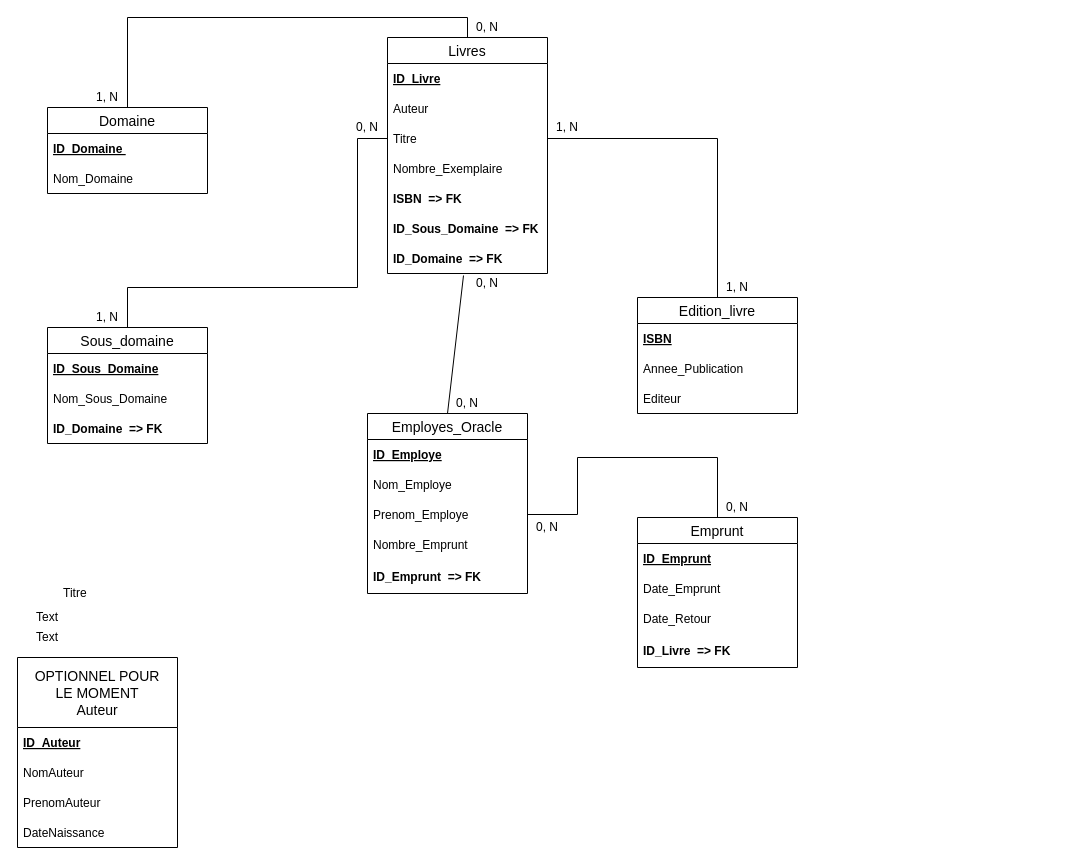
Above: MCD.drawio in Jerome-Kraft/Projet_BDD (draw.io), before the change. Source tidied: cells renumbered, new cells numbered last; positions are measured from the earlier drawing's top-left corner, leaving out a move shared by most shapes. Both pictures are drawn from the tidied source at 100%, with x=0, y=0 at pixel (17, 17).
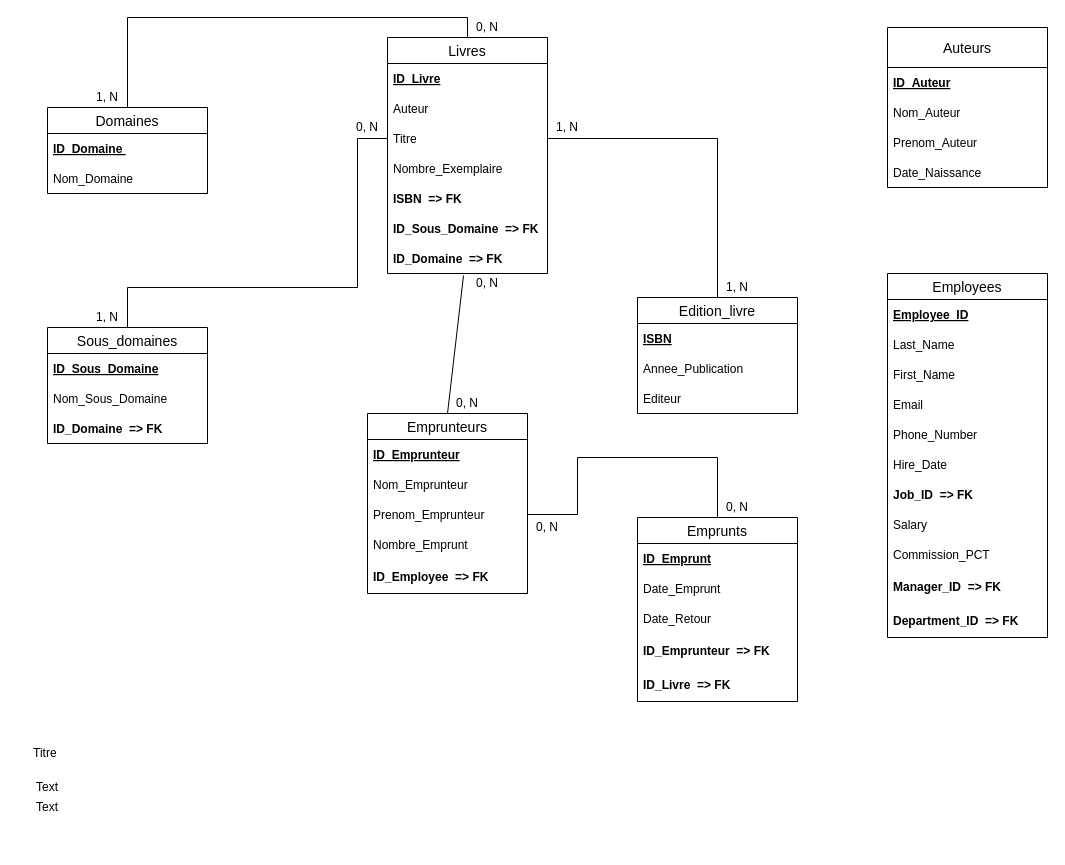
After the change.

The edit, as a diff of the source:
```diff
@@
-    <mxCell id="10" value="Domaine" style="swimlane;fontStyle=0;horizontal=1;startSize=26;align=center;fontSize=14;" parent="1" vertex="1">
+    <mxCell id="10" value="Domaines" style="swimlane;fontStyle=0;horizontal=1;startSize=26;align=center;fontSize=14;" parent="1" vertex="1">
       <mxGeometry x="30" y="90" width="160" height="86" as="geometry" />
     </mxCell>
@@
-    <mxCell id="17" value="Sous_domaine" style="swimlane;fontStyle=0;horizontal=1;startSize=26;align=center;fontSize=14;" parent="1" vertex="1">
+    <mxCell id="17" value="Sous_domaines" style="swimlane;fontStyle=0;horizontal=1;startSize=26;align=center;fontSize=14;" parent="1" vertex="1">
       <mxGeometry x="30" y="310" width="160" height="116" as="geometry" />
     </mxCell>
@@
     <mxCell id="21" value="Titre" style="text;strokeColor=none;fillColor=none;spacingLeft=4;spacingRight=4;overflow=hidden;fontSize=12;verticalAlign=middle;" parent="1" vertex="1">
-      <mxGeometry x="40" y="560" width="160" height="30" as="geometry" />
+      <mxGeometry x="10" y="720" width="160" height="30" as="geometry" />
     </mxCell>
-    <mxCell id="22" value="OPTIONNEL POUR &#10;LE MOMENT&#10;Auteur" style="swimlane;fontStyle=0;horizontal=1;startSize=70;align=center;fontSize=14;" parent="1" vertex="1">
-      <mxGeometry y="640" width="160" height="190" as="geometry" />
+    <mxCell id="22" value="Auteurs" style="swimlane;fontStyle=0;horizontal=1;startSize=40;align=center;fontSize=14;" parent="1" vertex="1">
+      <mxGeometry x="870" y="10" width="160" height="160" as="geometry" />
     </mxCell>
     <mxCell id="23" value="ID_Auteur" style="text;strokeColor=none;fillColor=none;spacingLeft=4;spacingRight=4;overflow=hidden;fontSize=12;verticalAlign=middle;fontStyle=5;" parent="22" vertex="1">
-      <mxGeometry y="70" width="160" height="30" as="geometry" />
+      <mxGeometry y="40" width="160" height="30" as="geometry" />
     </mxCell>
-    <mxCell id="24" value="NomAuteur" style="text;strokeColor=none;fillColor=none;spacingLeft=4;spacingRight=4;overflow=hidden;fontSize=12;verticalAlign=middle;" parent="22" vertex="1">
-      <mxGeometry y="100" width="160" height="30" as="geometry" />
+    <mxCell id="24" value="Nom_Auteur" style="text;strokeColor=none;fillColor=none;spacingLeft=4;spacingRight=4;overflow=hidden;fontSize=12;verticalAlign=middle;" parent="22" vertex="1">
+      <mxGeometry y="70" width="160" height="30" as="geometry" />
     </mxCell>
-    <mxCell id="25" value="PrenomAuteur" style="text;strokeColor=none;fillColor=none;spacingLeft=4;spacingRight=4;overflow=hidden;fontSize=12;verticalAlign=middle;" parent="22" vertex="1">
-      <mxGeometry y="130" width="160" height="30" as="geometry" />
+    <mxCell id="25" value="Prenom_Auteur" style="text;strokeColor=none;fillColor=none;spacingLeft=4;spacingRight=4;overflow=hidden;fontSize=12;verticalAlign=middle;" parent="22" vertex="1">
+      <mxGeometry y="100" width="160" height="30" as="geometry" />
     </mxCell>
-    <mxCell id="26" value="DateNaissance" style="text;strokeColor=none;fillColor=none;spacingLeft=4;spacingRight=4;overflow=hidden;fontSize=12;verticalAlign=middle;" parent="22" vertex="1">
-      <mxGeometry y="160" width="160" height="30" as="geometry" />
+    <mxCell id="26" value="Date_Naissance" style="text;strokeColor=none;fillColor=none;spacingLeft=4;spacingRight=4;overflow=hidden;fontSize=12;verticalAlign=middle;" parent="22" vertex="1">
+      <mxGeometry y="130" width="160" height="30" as="geometry" />
     </mxCell>
@@
     <mxCell id="30" value="Text" style="text;html=1;strokeColor=none;fillColor=none;align=center;verticalAlign=middle;whiteSpace=wrap;rounded=0;" parent="1" vertex="1">
-      <mxGeometry x="10" y="610" width="40" height="20" as="geometry" />
+      <mxGeometry x="10" y="760" width="40" height="20" as="geometry" />
     </mxCell>
     <mxCell id="31" value="Text" style="text;html=1;strokeColor=none;fillColor=none;align=center;verticalAlign=middle;whiteSpace=wrap;rounded=0;" parent="1" vertex="1">
-      <mxGeometry x="10" y="590" width="40" height="20" as="geometry" />
+      <mxGeometry x="10" y="780" width="40" height="20" as="geometry" />
     </mxCell>
@@
-    <mxCell id="38" value="Employes_Oracle" style="swimlane;fontStyle=0;horizontal=1;startSize=26;align=center;fontSize=14;" parent="1" vertex="1">
+    <mxCell id="38" value="Emprunteurs" style="swimlane;fontStyle=0;horizontal=1;startSize=26;align=center;fontSize=14;" parent="1" vertex="1">
       <mxGeometry x="350" y="396" width="160" height="180" as="geometry" />
     </mxCell>
-    <mxCell id="39" value="ID_Employe" style="text;strokeColor=none;fillColor=none;spacingLeft=4;spacingRight=4;overflow=hidden;fontSize=12;verticalAlign=middle;fontStyle=5;" parent="38" vertex="1">
+    <mxCell id="39" value="ID_Emprunteur" style="text;strokeColor=none;fillColor=none;spacingLeft=4;spacingRight=4;overflow=hidden;fontSize=12;verticalAlign=middle;fontStyle=5;" parent="38" vertex="1">
       <mxGeometry y="26" width="160" height="30" as="geometry" />
     </mxCell>
-    <mxCell id="40" value="Nom_Employe" style="text;strokeColor=none;fillColor=none;spacingLeft=4;spacingRight=4;overflow=hidden;fontSize=12;verticalAlign=middle;" parent="38" vertex="1">
+    <mxCell id="40" value="Nom_Emprunteur" style="text;strokeColor=none;fillColor=none;spacingLeft=4;spacingRight=4;overflow=hidden;fontSize=12;verticalAlign=middle;" parent="38" vertex="1">
       <mxGeometry y="56" width="160" height="30" as="geometry" />
     </mxCell>
-    <mxCell id="41" value="Prenom_Employe" style="text;strokeColor=none;fillColor=none;spacingLeft=4;spacingRight=4;overflow=hidden;points=[[0,0.5],[1,0.5]];portConstraint=eastwest;fontSize=12;verticalAlign=middle;" parent="38" vertex="1">
+    <mxCell id="41" value="Prenom_Emprunteur" style="text;strokeColor=none;fillColor=none;spacingLeft=4;spacingRight=4;overflow=hidden;points=[[0,0.5],[1,0.5]];portConstraint=eastwest;fontSize=12;verticalAlign=middle;" parent="38" vertex="1">
       <mxGeometry y="86" width="160" height="30" as="geometry" />
     </mxCell>
@@
-    <mxCell id="43" value="ID_Emprunt  =&gt; FK" style="text;strokeColor=none;fillColor=none;spacingLeft=4;spacingRight=4;overflow=hidden;fontSize=12;verticalAlign=middle;fontStyle=1;" parent="38" vertex="1">
+    <mxCell id="43" value="ID_Employee  =&gt; FK" style="text;strokeColor=none;fillColor=none;spacingLeft=4;spacingRight=4;overflow=hidden;fontSize=12;verticalAlign=middle;fontStyle=1;" parent="38" vertex="1">
       <mxGeometry y="146" width="160" height="34" as="geometry" />
     </mxCell>
-    <mxCell id="44" value="Emprunt" style="swimlane;fontStyle=0;horizontal=1;startSize=26;align=center;fontSize=14;" parent="1" vertex="1">
-      <mxGeometry x="620" y="500" width="160" height="150" as="geometry" />
+    <mxCell id="44" value="Emprunts" style="swimlane;fontStyle=0;horizontal=1;startSize=26;align=center;fontSize=14;" parent="1" vertex="1">
+      <mxGeometry x="620" y="500" width="160" height="184" as="geometry" />
     </mxCell>
@@
+    <mxCell id="55" value="ID_Emprunteur  =&gt; FK" style="text;strokeColor=none;fillColor=none;spacingLeft=4;spacingRight=4;overflow=hidden;fontSize=12;verticalAlign=middle;fontStyle=1;" parent="44" vertex="1">
+      <mxGeometry y="116" width="160" height="34" as="geometry" />
+    </mxCell>
     <mxCell id="48" value="ID_Livre  =&gt; FK" style="text;strokeColor=none;fillColor=none;spacingLeft=4;spacingRight=4;overflow=hidden;fontSize=12;verticalAlign=middle;fontStyle=1;" parent="44" vertex="1">
-      <mxGeometry y="116" width="160" height="34" as="geometry" />
+      <mxGeometry y="150" width="160" height="34" as="geometry" />
     </mxCell>
@@
+    <mxCell id="56" value="Employees" style="swimlane;fontStyle=0;horizontal=1;startSize=26;align=center;fontSize=14;" parent="1" vertex="1">
+      <mxGeometry x="870" y="256" width="160" height="364" as="geometry" />
+    </mxCell>
+    <mxCell id="57" value="Employee_ID" style="text;strokeColor=none;fillColor=none;spacingLeft=4;spacingRight=4;overflow=hidden;fontSize=12;verticalAlign=middle;fontStyle=5;" parent="56" vertex="1">
+      <mxGeometry y="26" width="160" height="30" as="geometry" />
+    </mxCell>
+    <mxCell id="58" value="Last_Name" style="text;strokeColor=none;fillColor=none;spacingLeft=4;spacingRight=4;overflow=hidden;fontSize=12;verticalAlign=middle;" parent="56" vertex="1">
+      <mxGeometry y="56" width="160" height="30" as="geometry" />
+    </mxCell>
+    <mxCell id="59" value="First_Name" style="text;strokeColor=none;fillColor=none;spacingLeft=4;spacingRight=4;overflow=hidden;fontSize=12;verticalAlign=middle;" parent="56" vertex="1">
+      <mxGeometry y="86" width="160" height="30" as="geometry" />
+    </mxCell>
+    <mxCell id="60" value="Email" style="text;strokeColor=none;fillColor=none;spacingLeft=4;spacingRight=4;overflow=hidden;fontSize=12;verticalAlign=middle;" parent="56" vertex="1">
+      <mxGeometry y="116" width="160" height="30" as="geometry" />
+    </mxCell>
+    <mxCell id="61" value="Phone_Number" style="text;strokeColor=none;fillColor=none;spacingLeft=4;spacingRight=4;overflow=hidden;fontSize=12;verticalAlign=middle;" parent="56" vertex="1">
+      <mxGeometry y="146" width="160" height="30" as="geometry" />
+    </mxCell>
+    <mxCell id="62" value="Hire_Date" style="text;strokeColor=none;fillColor=none;spacingLeft=4;spacingRight=4;overflow=hidden;fontSize=12;verticalAlign=middle;" parent="56" vertex="1">
+      <mxGeometry y="176" width="160" height="30" as="geometry" />
+    </mxCell>
+    <mxCell id="63" value="Job_ID  =&gt; FK" style="text;strokeColor=none;fillColor=none;spacingLeft=4;spacingRight=4;overflow=hidden;fontSize=12;verticalAlign=middle;fontStyle=1;" parent="56" vertex="1">
+      <mxGeometry y="206" width="160" height="30" as="geometry" />
+    </mxCell>
+    <mxCell id="64" value="Salary" style="text;strokeColor=none;fillColor=none;spacingLeft=4;spacingRight=4;overflow=hidden;fontSize=12;verticalAlign=middle;" parent="56" vertex="1">
+      <mxGeometry y="236" width="160" height="30" as="geometry" />
+    </mxCell>
+    <mxCell id="65" value="Commission_PCT" style="text;strokeColor=none;fillColor=none;spacingLeft=4;spacingRight=4;overflow=hidden;fontSize=12;verticalAlign=middle;" parent="56" vertex="1">
+      <mxGeometry y="266" width="160" height="30" as="geometry" />
+    </mxCell>
+    <mxCell id="66" value="Manager_ID  =&gt; FK" style="text;strokeColor=none;fillColor=none;spacingLeft=4;spacingRight=4;overflow=hidden;fontSize=12;verticalAlign=middle;fontStyle=1;" parent="56" vertex="1">
+      <mxGeometry y="296" width="160" height="34" as="geometry" />
+    </mxCell>
+    <mxCell id="67" value="Department_ID  =&gt; FK" style="text;strokeColor=none;fillColor=none;spacingLeft=4;spacingRight=4;overflow=hidden;fontSize=12;verticalAlign=middle;fontStyle=1;" parent="56" vertex="1">
+      <mxGeometry y="330" width="160" height="34" as="geometry" />
+    </mxCell>
```
